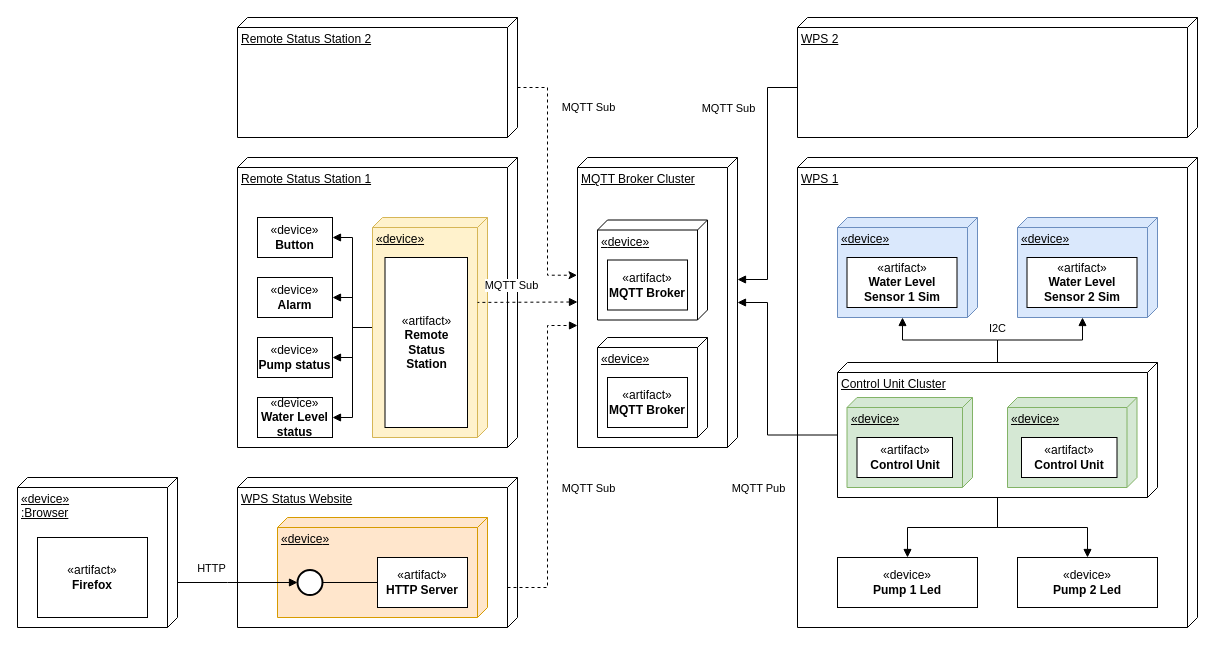
Earlier version of the draw.io diagram delivery-2/deployment-diagram-WPS.drawio (mendes-r/mescc-cslab). Source tidied: cells renumbered, new cells numbered last; positions are measured from the earlier drawing's top-left corner, leaving out a move shared by most shapes. Both pictures are drawn from the tidied source at 100%, with x=0, y=0 at pixel (17, 17).
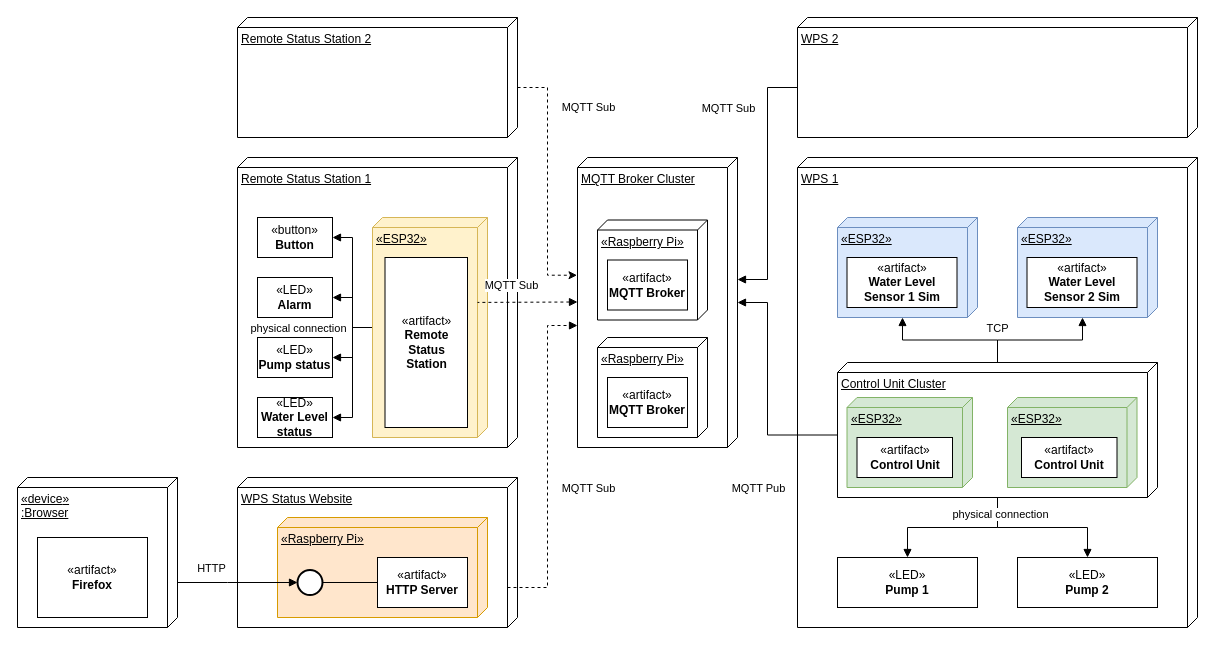
After the change.

Unchanged cells that the change refers to:
```xml
<mxCell id="6" style="edgeStyle=orthogonalEdgeStyle;rounded=0;jettySize=auto;html=1;endArrow=block;endFill=1;" parent="1" edge="1" source="7" target="13">
  <mxGeometry relative="1" as="geometry" />
</mxCell>
<mxCell id="15" style="edgeStyle=orthogonalEdgeStyle;rounded=0;jettySize=auto;html=1;entryX=0;entryY=0;entryDx=100;entryDy=75;entryPerimeter=0;endArrow=block;endFill=1;" parent="1" edge="1" source="7" target="8">
  <mxGeometry relative="1" as="geometry" />
</mxCell>
<mxCell id="21" style="edgeStyle=orthogonalEdgeStyle;rounded=0;jettySize=auto;html=1;entryX=1;entryY=0.5;entryDx=0;entryDy=0;endArrow=block;endFill=1;" parent="1" edge="1" source="22" target="24">
  <mxGeometry relative="1" as="geometry" />
</mxCell>
```

Diff of the diagram source:
```diff
@@
+    <mxCell id="56" value="physical connection" style="edgeLabel;html=1;align=center;verticalAlign=middle;" parent="6" vertex="1">
+      <mxGeometry x="-0.79" y="2" relative="1" as="geometry" />
+    </mxCell>
@@
-    <mxCell id="8" value="«&lt;span style=&quot;background-color: initial;&quot;&gt;device&lt;/span&gt;»" style="verticalAlign=top;align=left;spacingTop=8;spacingLeft=2;spacingRight=12;shape=cube;size=10;direction=south;fontStyle=4;html=1;whiteSpace=wrap;fillColor=#dae8fc;strokeColor=#6c8ebf;" parent="1" vertex="1">
+    <mxCell id="8" value="«ESP32»" style="verticalAlign=top;align=left;spacingTop=8;spacingLeft=2;spacingRight=12;shape=cube;size=10;direction=south;fontStyle=4;html=1;whiteSpace=wrap;fillColor=#dae8fc;strokeColor=#6c8ebf;" parent="1" vertex="1">
       <mxGeometry x="820" y="200" width="140" height="100" as="geometry" />
     </mxCell>
@@
-    <mxCell id="10" value="«&lt;span style=&quot;background-color: initial;&quot;&gt;device&lt;/span&gt;»" style="verticalAlign=top;align=left;spacingTop=8;spacingLeft=2;spacingRight=12;shape=cube;size=10;direction=south;fontStyle=4;html=1;whiteSpace=wrap;fillColor=#dae8fc;strokeColor=#6c8ebf;" parent="1" vertex="1">
+    <mxCell id="10" value="«ESP32»" style="verticalAlign=top;align=left;spacingTop=8;spacingLeft=2;spacingRight=12;shape=cube;size=10;direction=south;fontStyle=4;html=1;whiteSpace=wrap;fillColor=#dae8fc;strokeColor=#6c8ebf;" parent="1" vertex="1">
       <mxGeometry x="1000" y="200" width="140" height="100" as="geometry" />
     </mxCell>
@@
-    <mxCell id="12" value="«device»&lt;br&gt;&lt;b&gt;Pump 1 Led&lt;/b&gt;" style="html=1;whiteSpace=wrap;" parent="1" vertex="1">
+    <mxCell id="12" value="«LED»&lt;br&gt;&lt;b&gt;Pump 1&lt;/b&gt;" style="html=1;whiteSpace=wrap;" parent="1" vertex="1">
       <mxGeometry x="820" y="540" width="140" height="50" as="geometry" />
     </mxCell>
-    <mxCell id="13" value="«device»&lt;br&gt;&lt;b&gt;Pump 2 Led&lt;/b&gt;" style="html=1;whiteSpace=wrap;" parent="1" vertex="1">
+    <mxCell id="13" value="«LED»&lt;br&gt;&lt;b&gt;Pump 2&lt;/b&gt;" style="html=1;whiteSpace=wrap;" parent="1" vertex="1">
       <mxGeometry x="1000" y="540" width="140" height="50" as="geometry" />
     </mxCell>
@@
-    <mxCell id="16" value="I2C" style="edgeLabel;html=1;align=center;verticalAlign=middle;labelBackgroundColor=none;" parent="15" vertex="1">
+    <mxCell id="16" value="TCP" style="edgeLabel;html=1;align=center;verticalAlign=middle;labelBackgroundColor=none;" parent="15" vertex="1">
       <mxGeometry x="-0.35" y="2" relative="1" as="geometry">
         <mxPoint x="23" y="-14" as="offset" />
       </mxGeometry>
     </mxCell>
@@
+    <mxCell id="57" value="physical connection" style="edgeLabel;html=1;align=center;verticalAlign=middle;" parent="21" vertex="1">
+      <mxGeometry x="-0.77" y="-4" relative="1" as="geometry">
+        <mxPoint x="-60" y="4" as="offset" />
+      </mxGeometry>
+    </mxCell>
-    <mxCell id="22" value="«&lt;span style=&quot;background-color: initial;&quot;&gt;device&lt;/span&gt;»" style="verticalAlign=top;align=left;spacingTop=8;spacingLeft=2;spacingRight=12;shape=cube;size=10;direction=south;fontStyle=4;html=1;whiteSpace=wrap;fillColor=#fff2cc;strokeColor=#d6b656;" parent="1" vertex="1">
+    <mxCell id="22" value="«ESP32»" style="verticalAlign=top;align=left;spacingTop=8;spacingLeft=2;spacingRight=12;shape=cube;size=10;direction=south;fontStyle=4;html=1;whiteSpace=wrap;fillColor=#fff2cc;strokeColor=#d6b656;" parent="1" vertex="1">
       <mxGeometry x="355" y="200" width="115" height="220" as="geometry" />
     </mxCell>
@@
-    <mxCell id="24" value="«device»&lt;br&gt;&lt;b&gt;Water Level status&lt;/b&gt;" style="html=1;whiteSpace=wrap;" parent="1" vertex="1">
+    <mxCell id="24" value="«LED»&lt;br&gt;&lt;b&gt;Water Level status&lt;/b&gt;" style="html=1;whiteSpace=wrap;" parent="1" vertex="1">
       <mxGeometry x="240" y="380" width="75" height="40" as="geometry" />
     </mxCell>
-    <mxCell id="25" value="«device»&lt;br&gt;&lt;b&gt;Pump status&lt;/b&gt;" style="html=1;whiteSpace=wrap;" parent="1" vertex="1">
+    <mxCell id="25" value="«LED»&lt;br&gt;&lt;b&gt;Pump status&lt;/b&gt;" style="html=1;whiteSpace=wrap;" parent="1" vertex="1">
       <mxGeometry x="240" y="320" width="75" height="40" as="geometry" />
     </mxCell>
-    <mxCell id="26" value="«device»&lt;br&gt;&lt;b&gt;Alarm&lt;/b&gt;" style="html=1;whiteSpace=wrap;" parent="1" vertex="1">
+    <mxCell id="26" value="«LED»&lt;br&gt;&lt;b&gt;Alarm&lt;/b&gt;" style="html=1;whiteSpace=wrap;" parent="1" vertex="1">
       <mxGeometry x="240" y="260" width="75" height="40" as="geometry" />
     </mxCell>
-    <mxCell id="27" value="«device»&lt;br&gt;&lt;b&gt;Button&lt;/b&gt;" style="html=1;whiteSpace=wrap;" parent="1" vertex="1">
+    <mxCell id="27" value="«button»&lt;br&gt;&lt;b&gt;Button&lt;/b&gt;" style="html=1;whiteSpace=wrap;" parent="1" vertex="1">
       <mxGeometry x="240" y="200" width="75" height="40" as="geometry" />
     </mxCell>
@@
-    <mxCell id="30" value="«&lt;span style=&quot;background-color: initial;&quot;&gt;device&lt;/span&gt;»" style="verticalAlign=top;align=left;spacingTop=8;spacingLeft=2;spacingRight=12;shape=cube;size=10;direction=south;fontStyle=4;html=1;whiteSpace=wrap;fillColor=#ffe6cc;strokeColor=#d79b00;" parent="1" vertex="1">
+    <mxCell id="30" value="«Raspberry Pi»" style="verticalAlign=top;align=left;spacingTop=8;spacingLeft=2;spacingRight=12;shape=cube;size=10;direction=south;fontStyle=4;html=1;whiteSpace=wrap;fillColor=#ffe6cc;strokeColor=#d79b00;" parent="1" vertex="1">
       <mxGeometry x="260" y="500" width="210" height="100" as="geometry" />
     </mxCell>
@@
-    <mxCell id="38" value="«&lt;span style=&quot;background-color: initial;&quot;&gt;device&lt;/span&gt;»" style="verticalAlign=top;align=left;spacingTop=8;spacingLeft=2;spacingRight=12;shape=cube;size=10;direction=south;fontStyle=4;html=1;whiteSpace=wrap;" parent="1" vertex="1">
+    <mxCell id="38" value="«Raspberry Pi»" style="verticalAlign=top;align=left;spacingTop=8;spacingLeft=2;spacingRight=12;shape=cube;size=10;direction=south;fontStyle=4;html=1;whiteSpace=wrap;" parent="1" vertex="1">
       <mxGeometry x="580" y="202.5" width="110" height="100" as="geometry" />
     </mxCell>
@@
-    <mxCell id="40" value="«&lt;span style=&quot;background-color: initial;&quot;&gt;device&lt;/span&gt;»" style="verticalAlign=top;align=left;spacingTop=8;spacingLeft=2;spacingRight=12;shape=cube;size=10;direction=south;fontStyle=4;html=1;whiteSpace=wrap;" parent="1" vertex="1">
+    <mxCell id="40" value="«Raspberry Pi»" style="verticalAlign=top;align=left;spacingTop=8;spacingLeft=2;spacingRight=12;shape=cube;size=10;direction=south;fontStyle=4;html=1;whiteSpace=wrap;" parent="1" vertex="1">
       <mxGeometry x="580" y="320" width="110" height="100" as="geometry" />
     </mxCell>
-    <mxCell id="41" value="«&lt;span style=&quot;background-color: initial;&quot;&gt;device&lt;/span&gt;»" style="verticalAlign=top;align=left;spacingTop=8;spacingLeft=2;spacingRight=12;shape=cube;size=10;direction=south;fontStyle=4;html=1;whiteSpace=wrap;fillColor=#d5e8d4;strokeColor=#82b366;" parent="1" vertex="1">
+    <mxCell id="41" value="«ESP32»" style="verticalAlign=top;align=left;spacingTop=8;spacingLeft=2;spacingRight=12;shape=cube;size=10;direction=south;fontStyle=4;html=1;whiteSpace=wrap;fillColor=#d5e8d4;strokeColor=#82b366;" parent="1" vertex="1">
       <mxGeometry x="990" y="380" width="129.5" height="90" as="geometry" />
     </mxCell>
@@
-    <mxCell id="44" value="«&lt;span style=&quot;background-color: initial;&quot;&gt;device&lt;/span&gt;»" style="verticalAlign=top;align=left;spacingTop=8;spacingLeft=2;spacingRight=12;shape=cube;size=10;direction=south;fontStyle=4;html=1;whiteSpace=wrap;fillColor=#d5e8d4;strokeColor=#82b366;" parent="1" vertex="1">
+    <mxCell id="44" value="«ESP32»" style="verticalAlign=top;align=left;spacingTop=8;spacingLeft=2;spacingRight=12;shape=cube;size=10;direction=south;fontStyle=4;html=1;whiteSpace=wrap;fillColor=#d5e8d4;strokeColor=#82b366;" parent="1" vertex="1">
       <mxGeometry x="829.5" y="380" width="125.5" height="90" as="geometry" />
     </mxCell>
```
